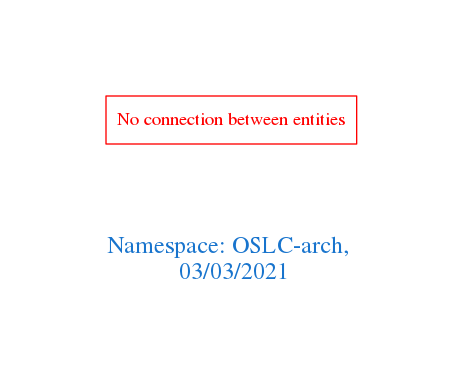
Before: downloads/OSLC-arch.png, a diagram exported from Graphviz (arago/OGIT). Its source is kept beside it as downloads/OSLC-arch.dot.
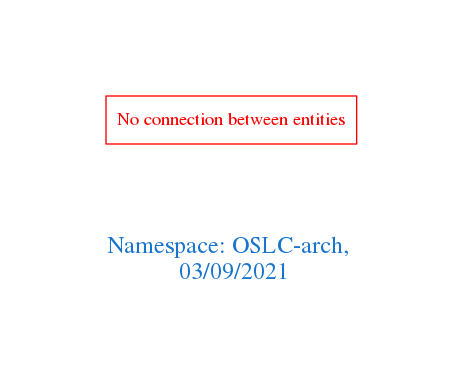
After the commit.

The edit, as a diff of the source:
```diff
@@ -1,7 +1,7 @@
 digraph OGIT_ontology {
  graph [ rankdir= LR,pad=1
 fontsize = 18,
-fontcolor= dodgerblue3,label = "\n\n\nNamespace: OSLC-arch, \n 03/03/2021"];
+fontcolor= dodgerblue3,label = "\n\n\nNamespace: OSLC-arch, \n 03/09/2021"];
 node[shape=polygon];
 edge [  color="gray81"];
 
```
